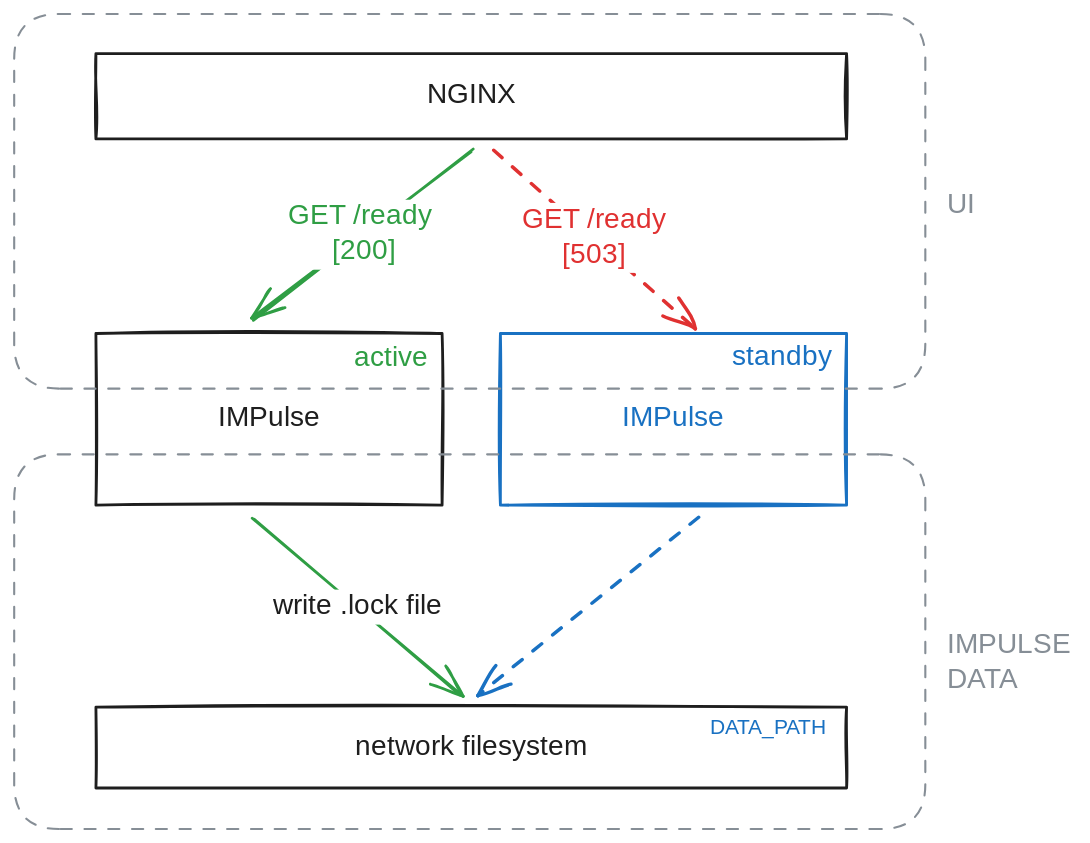
Above: docs/content/media/ha.excalidraw.svg in eslupmi/impulse (Excalidraw), before the change. Source tidied: one line per element, renumbered; positions are measured from the earlier drawing's top-left corner, leaving out a move shared by most shapes. Its diagram source:
```json
{"id": 0, "type": "rectangle", "strokeColor": "#1e1e1e", "strokeWidth": 2, "roughness": 1, "x": 58, "y": 495, "width": 536, "height": 58}
{"id": 1, "type": "text", "text": "network filesystem", "strokeColor": "#1e1e1e", "strokeWidth": 2, "roughness": 1, "fontSize": 20, "fontFamily": 5, "textAlign": "center", "verticalAlign": "middle", "inside": 0, "x": 235, "y": 512, "width": 183, "height": 25}
{"id": 2, "type": "rectangle", "strokeColor": "#1e1e1e", "strokeWidth": 2, "roughness": 1, "x": 58, "y": 228, "width": 247, "height": 123}
{"id": 3, "type": "text", "text": "IMPulse", "strokeColor": "#1e1e1e", "strokeWidth": 2, "roughness": 1, "fontSize": 20, "fontFamily": 5, "textAlign": "center", "verticalAlign": "middle", "inside": 2, "x": 143, "y": 277, "width": 77, "height": 25}
{"id": 4, "type": "text", "text": "DATA_PATH", "strokeColor": "#1971c2", "strokeWidth": 2, "roughness": 1, "fontSize": 15.14, "fontFamily": 5, "x": 497, "y": 501, "width": 93, "height": 19}
{"id": 5, "type": "rectangle", "strokeColor": "#1971c2", "strokeWidth": 2, "roughness": 1, "x": 347, "y": 228, "width": 247, "height": 123}
{"id": 6, "type": "text", "text": "IMPulse", "strokeColor": "#1971c2", "strokeWidth": 2, "roughness": 1, "fontSize": 20, "fontFamily": 5, "textAlign": "center", "verticalAlign": "middle", "inside": 5, "x": 433, "y": 277, "width": 77, "height": 25}
{"id": 7, "type": "arrow", "strokeColor": "#2f9e44", "strokeWidth": 2, "roughness": 1, "endArrowhead": "arrow", "round": true, "from": 2, "to": 0, "x": 171, "y": 360, "width": 148, "height": 127, "points": [[0, 0], [148, 127]]}
{"id": 8, "type": "text", "text": "write .lock file", "strokeColor": "#1e1e1e", "strokeWidth": 2, "roughness": 1, "fontSize": 20, "fontFamily": 5, "textAlign": "center", "verticalAlign": "middle", "inside": 7, "x": 180, "y": 393, "width": 138, "height": 25}
{"id": 9, "type": "arrow", "strokeColor": "#1971c2", "strokeWidth": 2, "strokeStyle": "dashed", "roughness": 1, "endArrowhead": "arrow", "round": true, "from": 5, "to": 0, "x": 488, "y": 360, "width": 156, "height": 128, "points": [[0, 0], [-156, 128]]}
{"id": 10, "type": "rectangle", "strokeColor": "#1e1e1e", "strokeWidth": 2, "roughness": 1, "x": 58, "y": 28, "width": 536, "height": 61}
{"id": 11, "type": "text", "text": "NGINX", "strokeColor": "#1e1e1e", "strokeWidth": 2, "roughness": 1, "fontSize": 20, "fontFamily": 5, "textAlign": "center", "verticalAlign": "middle", "inside": 10, "x": 294, "y": 46, "width": 64, "height": 25}
{"id": 12, "type": "arrow", "strokeColor": "#2f9e44", "strokeWidth": 2, "roughness": 1, "endArrowhead": "arrow", "round": true, "from": 10, "to": 2, "x": 328, "y": 97, "width": 157, "height": 121, "points": [[0, 0], [-157, 121]]}
{"id": 13, "type": "text", "text": "GET /ready \n[200]", "strokeColor": "#2f9e44", "strokeWidth": 2, "strokeStyle": "dashed", "roughness": 1, "fontSize": 20, "fontFamily": 5, "textAlign": "center", "verticalAlign": "middle", "inside": 12, "x": 190, "y": 131, "width": 127, "height": 50}
{"id": 14, "type": "text", "text": "standby", "strokeColor": "#1971c2", "strokeWidth": 2, "roughness": 1, "fontSize": 20, "fontFamily": 5, "x": 513, "y": 233, "width": 78, "height": 25}
{"id": 15, "type": "arrow", "strokeColor": "#e03131", "strokeWidth": 2, "strokeStyle": "dashed", "roughness": 1, "endArrowhead": "arrow", "round": true, "from": 10, "to": 5, "x": 342, "y": 96, "width": 144, "height": 128, "points": [[0, 0], [144, 128]]}
{"id": 16, "type": "text", "text": "GET /ready\n[503]", "strokeColor": "#e03131", "strokeWidth": 2, "strokeStyle": "dashed", "roughness": 1, "fontSize": 20, "fontFamily": 5, "textAlign": "center", "verticalAlign": "middle", "inside": 15, "x": 351, "y": 135, "width": 119, "height": 50}
{"id": 17, "type": "rectangle", "strokeColor": "#868e96", "strokeWidth": 1, "strokeStyle": "dashed", "roughness": 0, "round": true, "x": 0, "y": 0, "width": 651, "height": 268}
{"id": 18, "type": "text", "text": "UI", "strokeColor": "#868e96", "strokeWidth": 1, "strokeStyle": "dashed", "roughness": 0, "fontSize": 20, "fontFamily": 5, "x": 666, "y": 124, "width": 25, "height": 25}
{"id": 19, "type": "rectangle", "strokeColor": "#868e96", "strokeWidth": 1, "strokeStyle": "dashed", "roughness": 0, "round": true, "x": 0, "y": 315, "width": 651, "height": 268}
{"id": 20, "type": "text", "text": "IMPULSE\nDATA", "strokeColor": "#868e96", "strokeWidth": 1, "strokeStyle": "dashed", "roughness": 0, "fontSize": 20, "fontFamily": 5, "x": 666, "y": 439, "width": 92, "height": 50}
{"id": 21, "type": "text", "text": "active", "strokeColor": "#2f9e44", "strokeWidth": 2, "roughness": 1, "fontSize": 20, "fontFamily": 5, "x": 243, "y": 234, "width": 59, "height": 25}
```
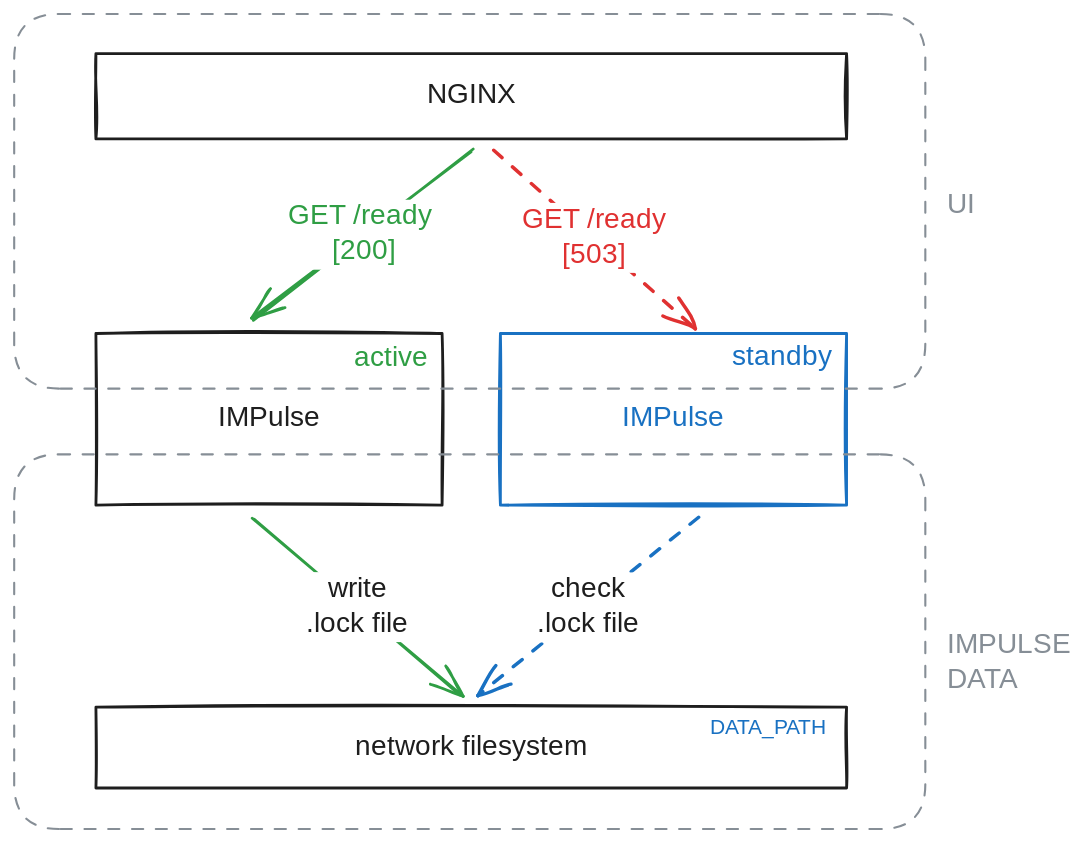
After the commit.

Change to the diagram source:
```diff
@@ -6,8 +6,9 @@
 {"id": 5, "type": "rectangle", "strokeColor": "#1971c2", "strokeWidth": 2, "roughness": 1, "x": 347, "y": 228, "width": 247, "height": 123}
 {"id": 6, "type": "text", "text": "IMPulse", "strokeColor": "#1971c2", "strokeWidth": 2, "roughness": 1, "fontSize": 20, "fontFamily": 5, "textAlign": "center", "verticalAlign": "middle", "inside": 5, "x": 433, "y": 277, "width": 77, "height": 25}
 {"id": 7, "type": "arrow", "strokeColor": "#2f9e44", "strokeWidth": 2, "roughness": 1, "endArrowhead": "arrow", "round": true, "from": 2, "to": 0, "x": 171, "y": 360, "width": 148, "height": 127, "points": [[0, 0], [148, 127]]}
-{"id": 8, "type": "text", "text": "write .lock file", "strokeColor": "#1e1e1e", "strokeWidth": 2, "roughness": 1, "fontSize": 20, "fontFamily": 5, "textAlign": "center", "verticalAlign": "middle", "inside": 7, "x": 180, "y": 393, "width": 138, "height": 25}
+{"id": 8, "type": "text", "text": "write\n.lock file", "strokeColor": "#1e1e1e", "strokeWidth": 2, "roughness": 1, "fontSize": 20, "fontFamily": 5, "textAlign": "center", "verticalAlign": "middle", "inside": 7, "x": 205, "y": 399, "width": 81, "height": 50}
 {"id": 9, "type": "arrow", "strokeColor": "#1971c2", "strokeWidth": 2, "strokeStyle": "dashed", "roughness": 1, "endArrowhead": "arrow", "round": true, "from": 5, "to": 0, "x": 488, "y": 360, "width": 156, "height": 128, "points": [[0, 0], [-156, 128]]}
+{"id": 22, "type": "text", "text": "check\n.lock file", "strokeColor": "#1e1e1e", "strokeWidth": 2, "roughness": 1, "fontSize": 20, "fontFamily": 5, "textAlign": "center", "verticalAlign": "middle", "inside": 9, "x": 370, "y": 399, "width": 81, "height": 50}
 {"id": 10, "type": "rectangle", "strokeColor": "#1e1e1e", "strokeWidth": 2, "roughness": 1, "x": 58, "y": 28, "width": 536, "height": 61}
 {"id": 11, "type": "text", "text": "NGINX", "strokeColor": "#1e1e1e", "strokeWidth": 2, "roughness": 1, "fontSize": 20, "fontFamily": 5, "textAlign": "center", "verticalAlign": "middle", "inside": 10, "x": 294, "y": 46, "width": 64, "height": 25}
 {"id": 12, "type": "arrow", "strokeColor": "#2f9e44", "strokeWidth": 2, "roughness": 1, "endArrowhead": "arrow", "round": true, "from": 10, "to": 2, "x": 328, "y": 97, "width": 157, "height": 121, "points": [[0, 0], [-157, 121]]}
```
